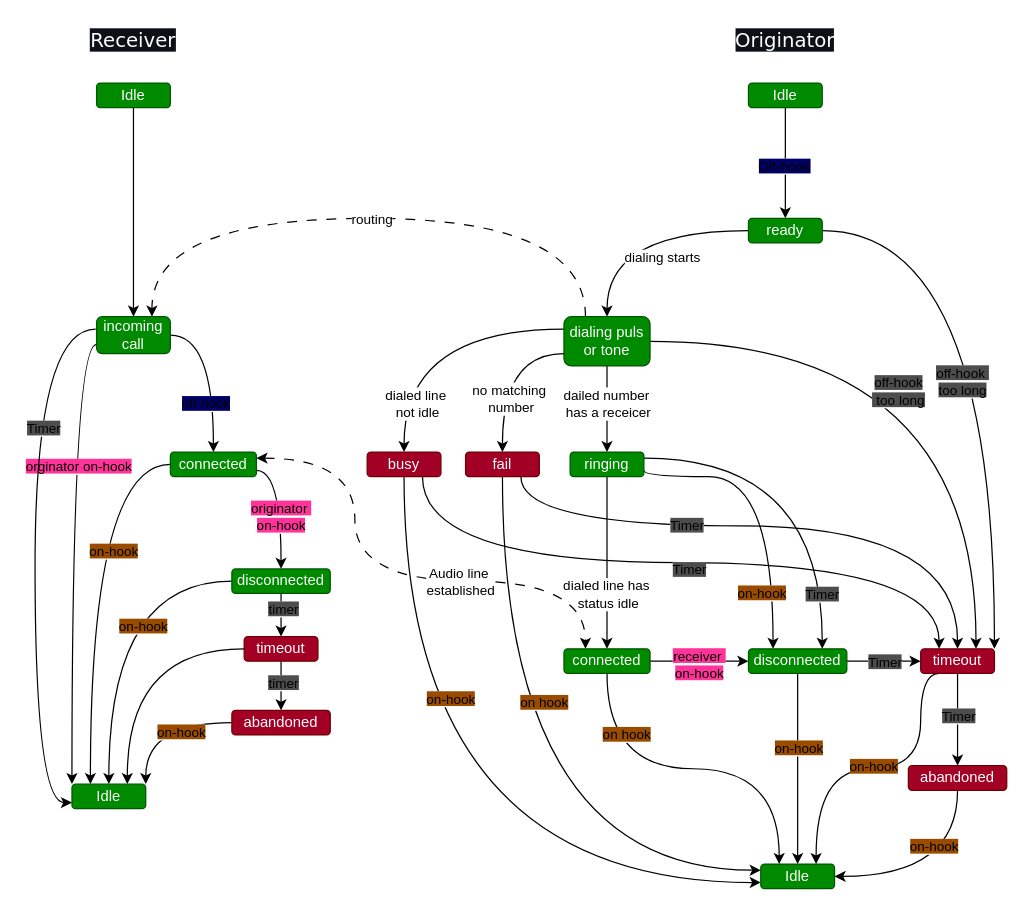
Earlier version of the draw.io diagram docs/PhoneStatusflowshart.drawio (ondfrukt/ProofOfConcept). Source tidied: cells renumbered, new cells numbered last; positions are measured from the earlier drawing's top-left corner, leaving out a move shared by most shapes. Both pictures are drawn from the tidied source at 123%, with x=0, y=0 at pixel (34, 21).
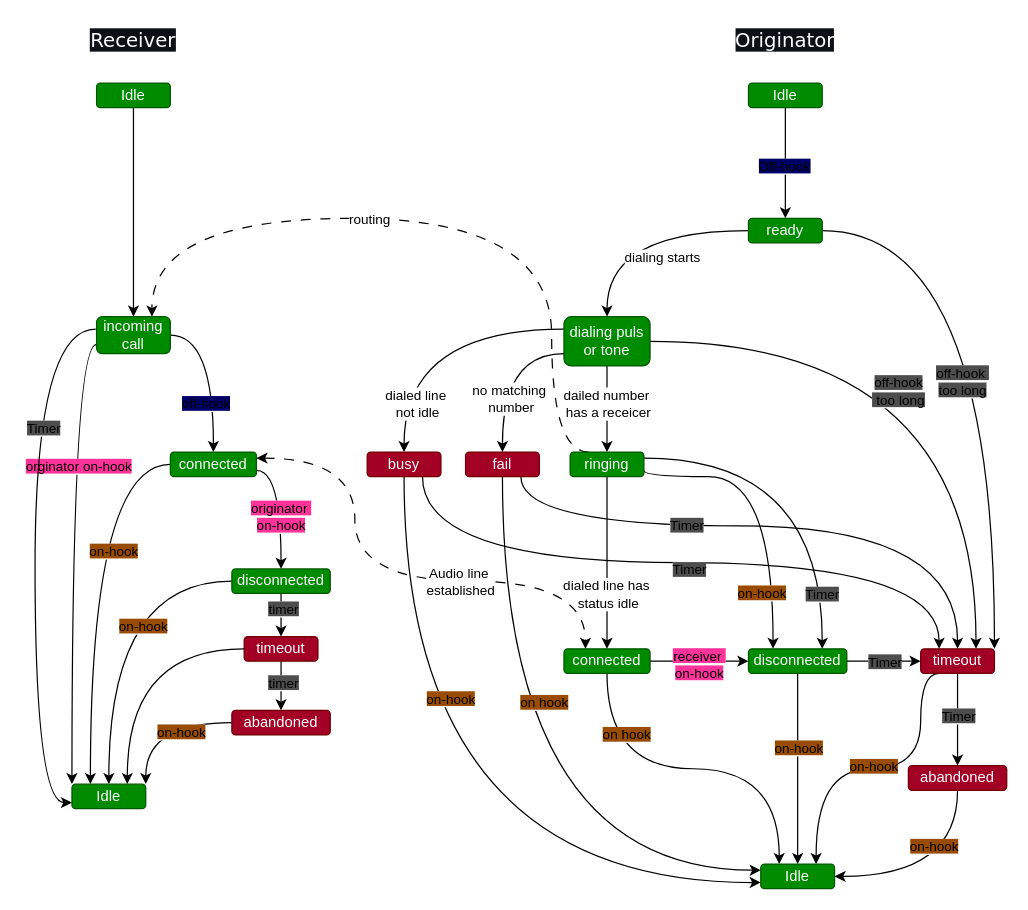
The same page after the edit.

Unchanged cells that the change refers to:
```xml
<mxCell id="18" value="dialing puls or tone" style="rounded=1;whiteSpace=wrap;html=1;fillColor=#008a00;strokeColor=#005700;fontColor=#ffffff;" parent="1" vertex="1">
  <mxGeometry x="430" y="240" width="70" height="40" as="geometry" />
</mxCell>
<mxCell id="39" value="ringing" style="rounded=1;whiteSpace=wrap;html=1;fillColor=#008a00;strokeColor=#005700;fontColor=#ffffff;" parent="1" vertex="1">
  <mxGeometry x="435" y="350" width="60" height="20" as="geometry" />
</mxCell>
<mxCell id="64" value="incoming call" style="rounded=1;whiteSpace=wrap;html=1;fillColor=#008a00;strokeColor=#005700;fontColor=#ffffff;" parent="1" vertex="1">
  <mxGeometry x="50" y="240" width="60" height="30" as="geometry" />
</mxCell>
```

Change to the diagram source:
```diff
@@
-    <mxCell id="16" style="edgeStyle=orthogonalEdgeStyle;curved=1;rounded=0;jettySize=auto;html=1;exitX=0.25;exitY=0;exitDx=0;exitDy=0;entryX=0.75;entryY=0;entryDx=0;entryDy=0;dashed=1;dashPattern=8 8;" parent="1" edge="1" source="18" target="64">
+    <mxCell id="16" style="edgeStyle=orthogonalEdgeStyle;curved=1;rounded=0;jettySize=auto;html=1;exitX=0.25;exitY=0;exitDx=0;exitDy=0;entryX=0.75;entryY=0;entryDx=0;entryDy=0;dashed=1;dashPattern=8 8;" parent="1" edge="1" source="39" target="64">
       <mxGeometry relative="1" as="geometry">
         <Array as="points">
-          <mxPoint x="447" y="160" />
+          <mxPoint x="420" y="350" />
+          <mxPoint x="420" y="160" />
           <mxPoint x="95" y="160" />
         </Array>
       </mxGeometry>
     </mxCell>
     <mxCell id="17" value="routing" style="edgeLabel;html=1;align=center;verticalAlign=middle;" parent="16" vertex="1">
       <mxGeometry x="0.1" y="2" relative="1" as="geometry">
-        <mxPoint x="28" y="-2" as="offset" />
+        <mxPoint x="-25" y="-2" as="offset" />
       </mxGeometry>
     </mxCell>
```
